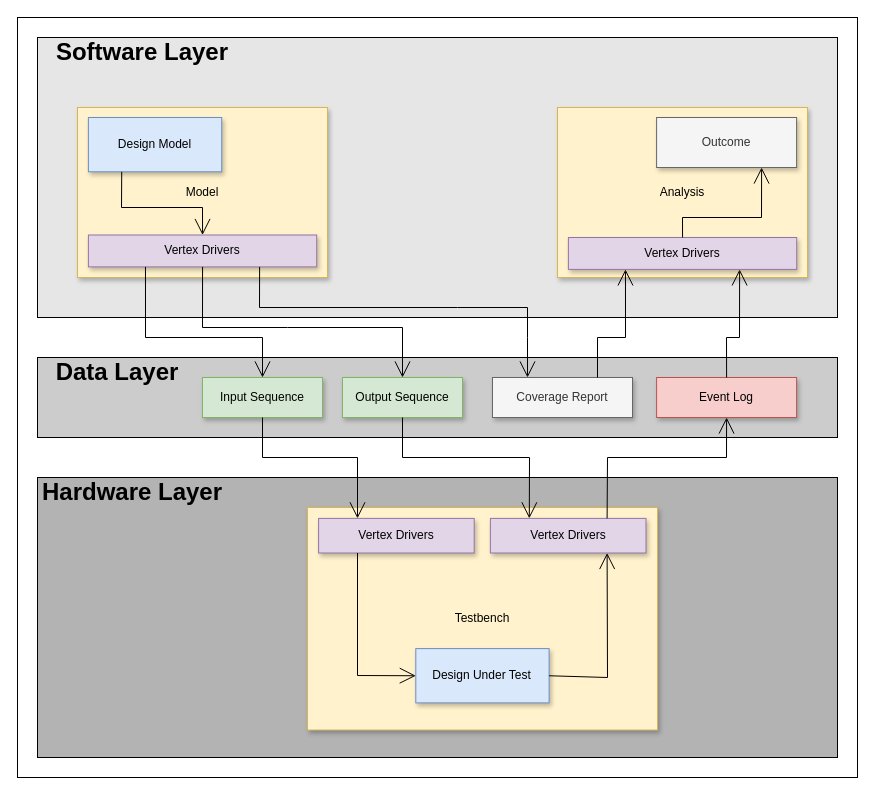
Before: docs/assets/system.dio in chaseruskin/verb, a draw.io diagram. Source tidied: cells renumbered, new cells numbered last; positions are measured from the earlier drawing's top-left corner, leaving out a move shared by most shapes. Both pictures are drawn from the tidied source at 100%, with x=0, y=0 at pixel (17, 17).
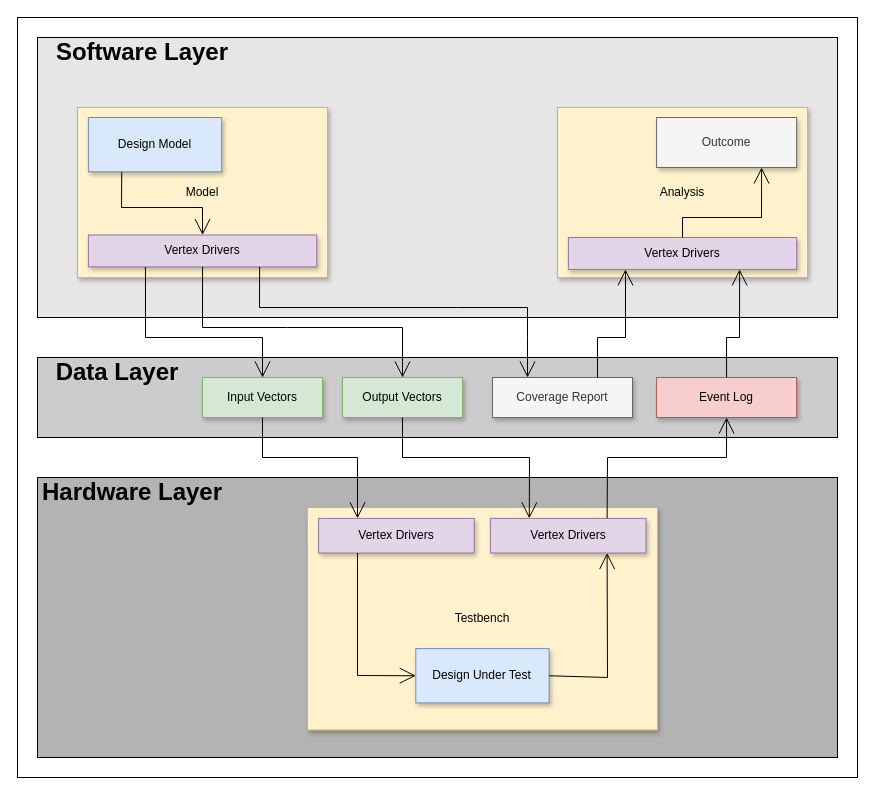
After the change.

Unchanged cells that the change refers to:
```xml
<mxCell id="16" style="group;shadow=0;" parent="1" vertex="1">
  <mxGeometry x="5" y="340" width="820" height="80" as="geometry" />
</mxCell>
```

Diff of the diagram source:
```diff
@@
-    <mxCell id="19" value="Input Sequence" style="rounded=0;whiteSpace=wrap;html=1;shadow=1;fillColor=#d5e8d4;strokeColor=#82b366;" parent="16" vertex="1">
+    <mxCell id="19" value="Input Vectors" style="rounded=0;whiteSpace=wrap;html=1;shadow=1;fillColor=#d5e8d4;strokeColor=#82b366;" parent="16" vertex="1">
       <mxGeometry x="180" y="20" width="120" height="40" as="geometry" />
     </mxCell>
-    <mxCell id="20" value="Output Sequence" style="rounded=0;whiteSpace=wrap;html=1;shadow=1;fillColor=#d5e8d4;strokeColor=#82b366;" parent="16" vertex="1">
+    <mxCell id="20" value="Output Vectors" style="rounded=0;whiteSpace=wrap;html=1;shadow=1;fillColor=#d5e8d4;strokeColor=#82b366;" parent="16" vertex="1">
       <mxGeometry x="320" y="20" width="120" height="40" as="geometry" />
     </mxCell>
```
